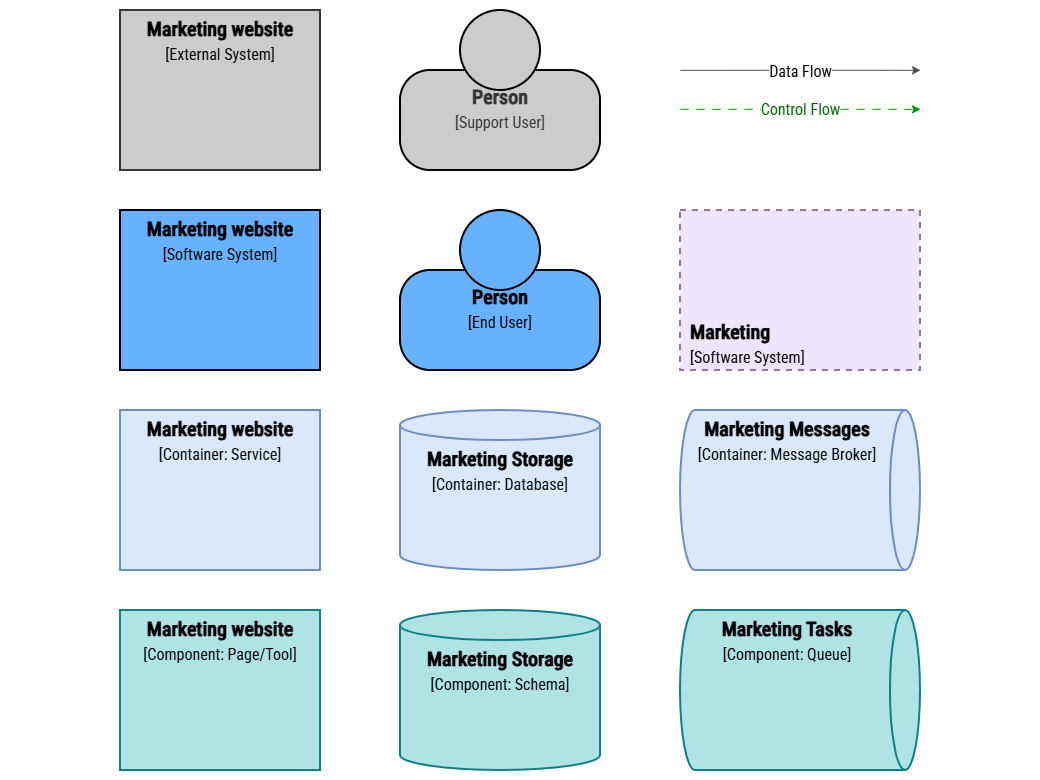
The draw.io diagram chapter-07/figure-7.01.drawio.png in software-architecture-guild/modeling-software-architecture, before a commit. Source tidied: cells renumbered, new cells last; positions are measured from the earlier drawing's top-left corner, leaving out a move shared by most shapes.
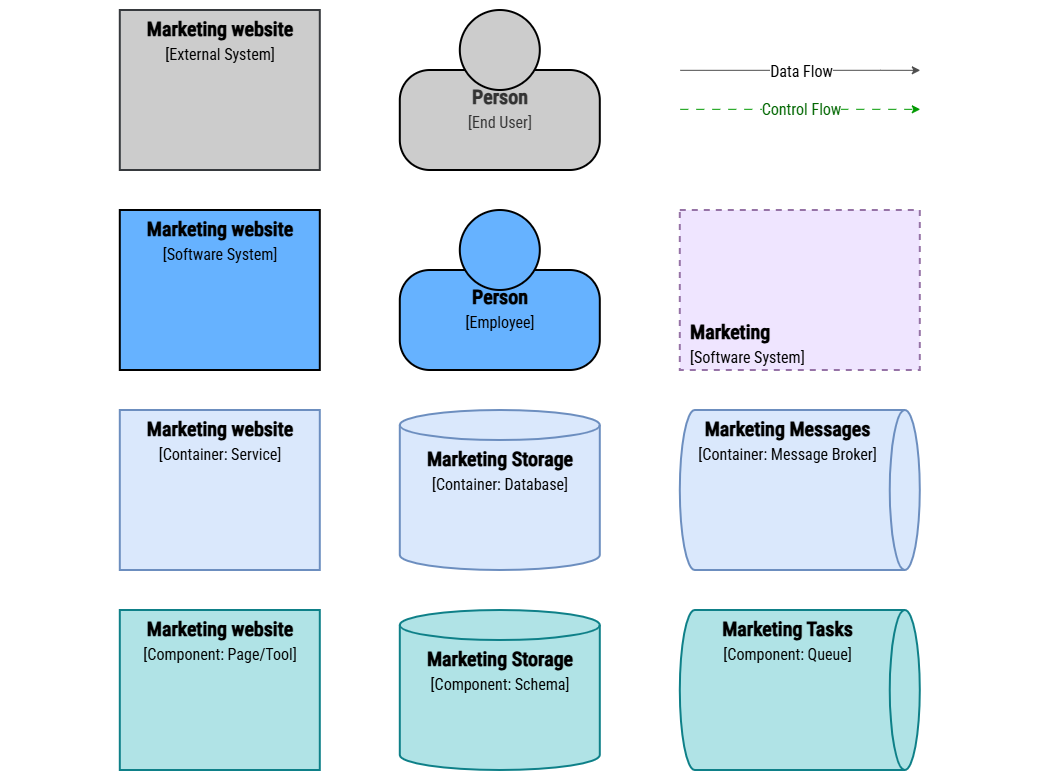
Later version of the same file.

The edit, as a diff of the source:
```diff
@@ -32,7 +32,7 @@
     <mxCell id="11" style="group;fontFamily=Roboto Condensed;fontSource=https%3A%2F%2Ffonts.googleapis.com%2Fcss%3Ffamily%3DRoboto%2BCondensed;spacingTop=15;" parent="1" vertex="1">
       <mxGeometry x="400" y="10" width="200" height="160" as="geometry" />
     </mxCell>
-    <mxCell id="12" value="&lt;b&gt;&lt;font&gt;&lt;span&gt;Person&lt;/span&gt;&lt;/font&gt;&lt;br&gt;&lt;/b&gt;&lt;font style=&quot;font-size: 16px;&quot;&gt;[Support User]&lt;/font&gt;" style="rounded=1;whiteSpace=wrap;html=1;strokeWidth=2;glass=0;arcSize=30;fontFamily=Roboto Condensed;fontSource=https%3A%2F%2Ffonts.googleapis.com%2Fcss%3Ffamily%3DRoboto%2BCondensed;verticalAlign=top;strokeColor=#000000;fillColor=#CCCCCC;fontColor=#333333;fontSize=20;spacingTop=8;" parent="11" vertex="1">
+    <mxCell id="12" value="&lt;b&gt;&lt;font&gt;&lt;span&gt;Person&lt;/span&gt;&lt;/font&gt;&lt;br&gt;&lt;/b&gt;&lt;font style=&quot;font-size: 16px;&quot;&gt;[End User]&lt;/font&gt;" style="rounded=1;whiteSpace=wrap;html=1;strokeWidth=2;glass=0;arcSize=30;fontFamily=Roboto Condensed;fontSource=https%3A%2F%2Ffonts.googleapis.com%2Fcss%3Ffamily%3DRoboto%2BCondensed;verticalAlign=top;strokeColor=#000000;fillColor=#CCCCCC;fontColor=#333333;fontSize=20;spacingTop=8;" parent="11" vertex="1">
       <mxGeometry y="60" width="200" height="100" as="geometry" />
     </mxCell>
     <mxCell id="13" style="ellipse;whiteSpace=wrap;html=1;strokeWidth=2;strokeColor=#000000;fillColor=#CCCCCC;fontColor=#333333;" parent="11" vertex="1">
@@ -41,7 +41,7 @@
     <mxCell id="14" style="group;" parent="1" vertex="1">
       <mxGeometry x="400" y="210" width="200" height="160" as="geometry" />
     </mxCell>
-    <mxCell id="15" value="&lt;b&gt;&lt;font&gt;&lt;span&gt;Person&lt;/span&gt;&lt;/font&gt;&lt;br&gt;&lt;/b&gt;&lt;font style=&quot;font-size: 16px;&quot;&gt;[End User]&lt;/font&gt;" style="rounded=1;whiteSpace=wrap;html=1;strokeWidth=2;glass=0;arcSize=30;fontFamily=Roboto Condensed;fontSource=https%3A%2F%2Ffonts.googleapis.com%2Fcss%3Ffamily%3DRoboto%2BCondensed;verticalAlign=top;strokeColor=#000000;fillColor=#66B2FF;fontSize=20;spacingTop=8;" parent="14" vertex="1">
+    <mxCell id="15" value="&lt;b&gt;&lt;font&gt;&lt;span&gt;Person&lt;/span&gt;&lt;/font&gt;&lt;br&gt;&lt;/b&gt;&lt;font style=&quot;font-size: 16px;&quot;&gt;[Employee]&lt;/font&gt;" style="rounded=1;whiteSpace=wrap;html=1;strokeWidth=2;glass=0;arcSize=30;fontFamily=Roboto Condensed;fontSource=https%3A%2F%2Ffonts.googleapis.com%2Fcss%3Ffamily%3DRoboto%2BCondensed;verticalAlign=top;strokeColor=#000000;fillColor=#66B2FF;fontSize=20;spacingTop=8;" parent="14" vertex="1">
       <mxGeometry y="60" width="200" height="100" as="geometry" />
     </mxCell>
     <mxCell id="16" style="ellipse;whiteSpace=wrap;html=1;strokeWidth=2;strokeColor=#000000;fillColor=#66B2FF;fontFamily=Roboto Condensed;fontSource=https%3A%2F%2Ffonts.googleapis.com%2Fcss%3Ffamily%3DRoboto%2BCondensed;fontSize=20;" parent="14" vertex="1">
```
